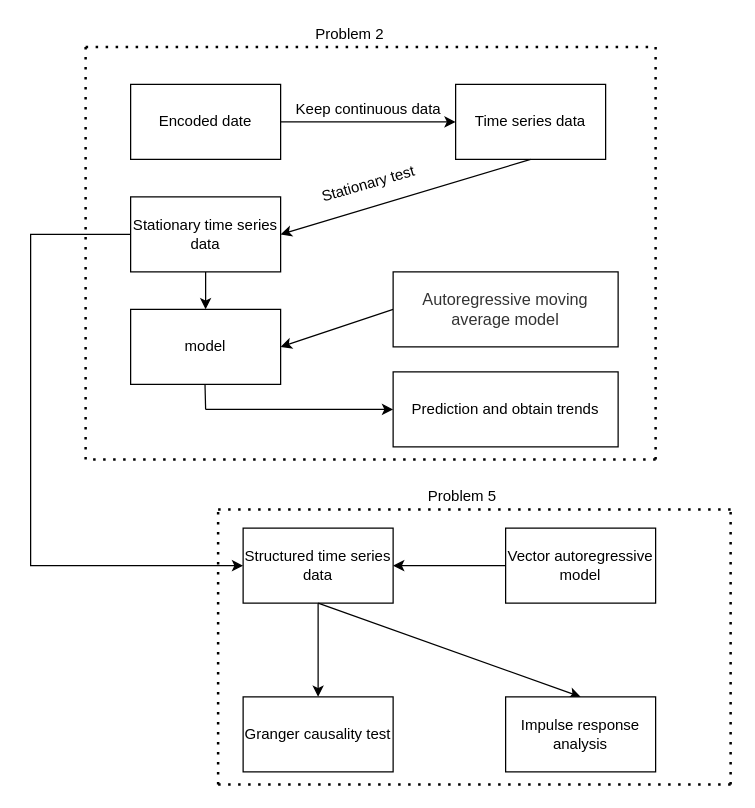
whuWHX/MS keeps this draw.io diagram as Untitled Diagram.drawio. Above is the earlier version. Source tidied: cells renumbered, new cells numbered last; positions are measured from the earlier drawing's top-left corner, leaving out a move shared by most shapes. Both pictures are drawn from the tidied source at 125%, with x=0, y=0 at pixel (30, 21).
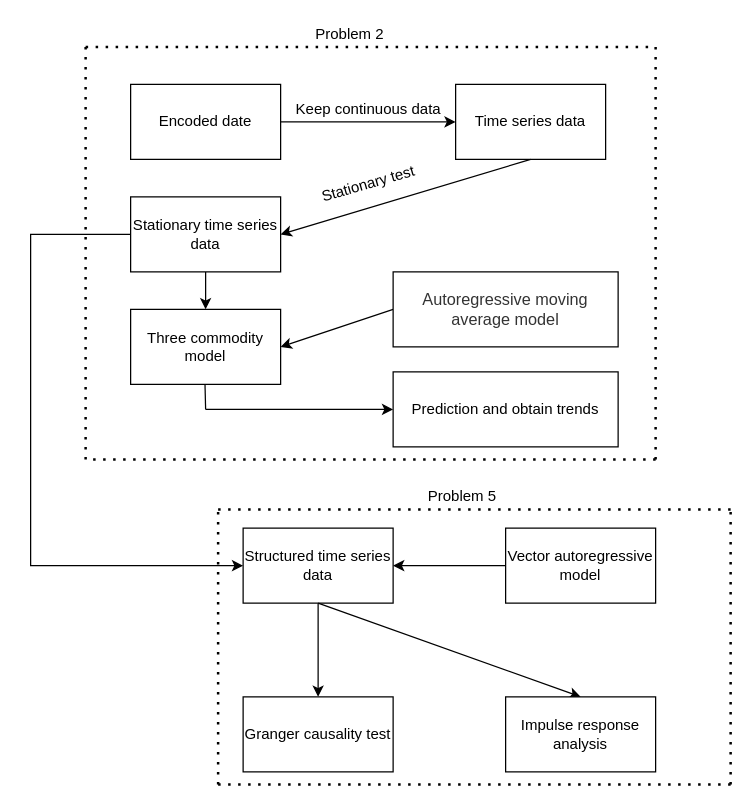
After the change.

What changed in the source:
```diff
@@
-    <mxCell id="14" value="model" style="rounded=0;whiteSpace=wrap;html=1;" parent="1" vertex="1">
+    <mxCell id="14" value="Three commodity model" style="rounded=0;whiteSpace=wrap;html=1;" parent="1" vertex="1">
       <mxGeometry x="80" y="230" width="120" height="60" as="geometry" />
     </mxCell>
```
